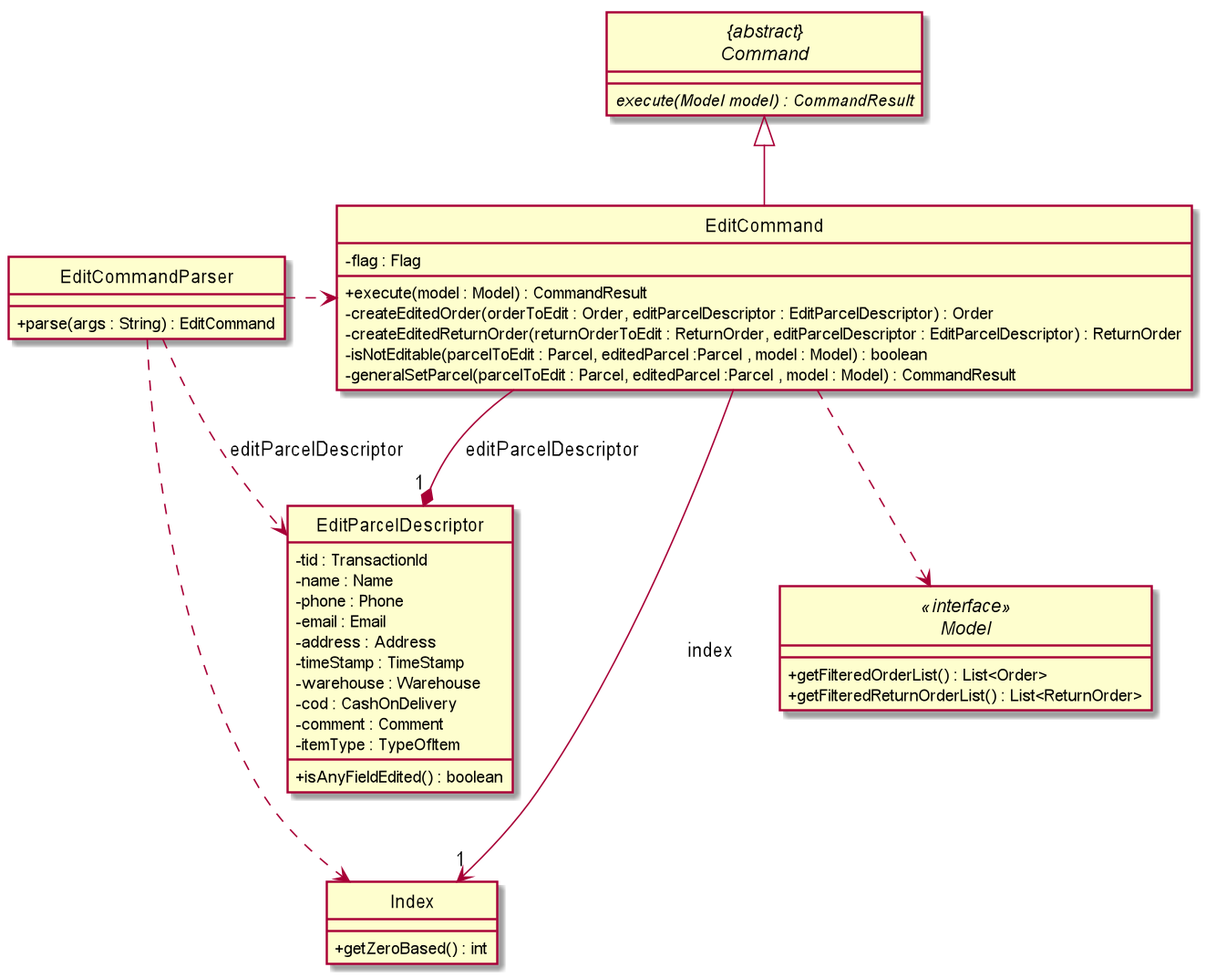
nus-cs2103-AY1920S2/addressbook-level3 keeps this PlantUML diagram as docs/images/EditCommandClassDiagram.png. Above is the earlier version.
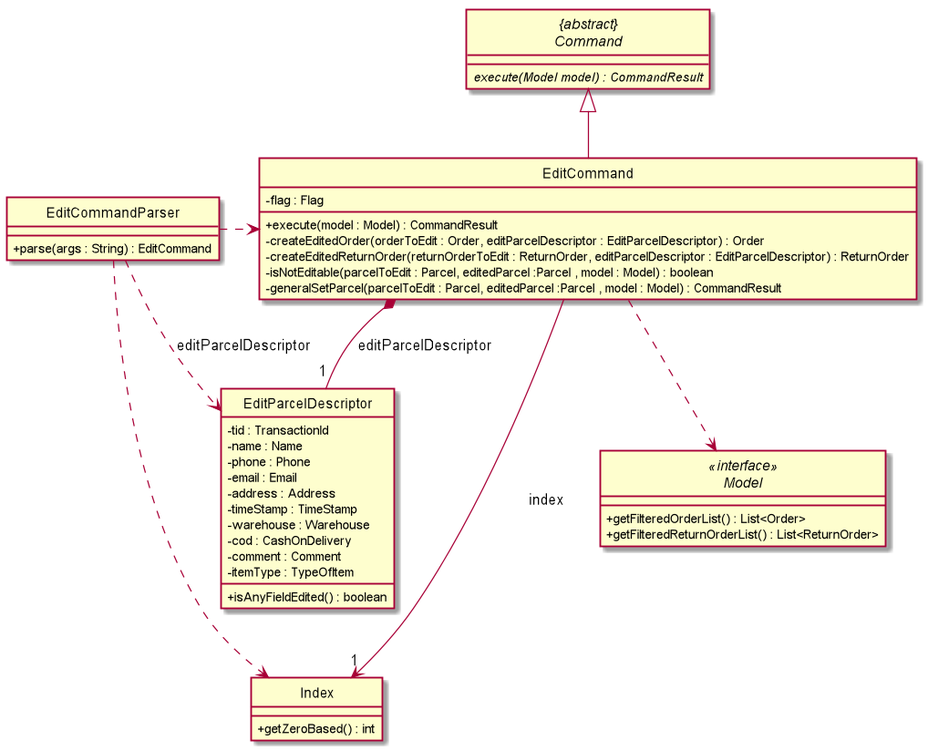
After the change.

Commit message:
Regenerate png EditClassDiagram

The edit, as a diff of the source:
```diff
@@ -6,7 +6,7 @@
 "{abstract}\nCommand" <|-- EditCommand
 Index "1" <-down- EditCommand : index
 EditCommand ..> Model
-EditCommand --* "1" EditParcelDescriptor : editParcelDescriptor
+EditCommand *-- "1" EditParcelDescriptor : editParcelDescriptor
 EditCommandParser ..> EditParcelDescriptor : editParcelDescriptor
 EditCommandParser .right.> EditCommand
 EditCommandParser .-down-> Index
```
